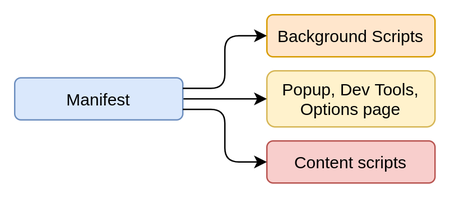
Above: dist/images/architecture.png in jeremyriverain/mv3-slides (draw.io), before the change. Source tidied: cells renumbered, new cells last; positions are measured from the earlier drawing's top-left corner, leaving out a move shared by most shapes.
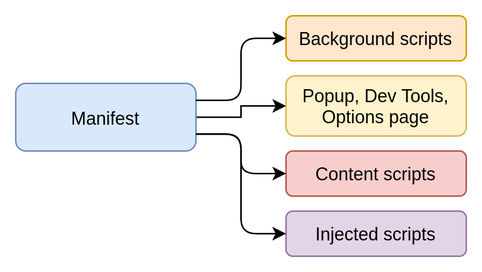
Later version of the same file.

The edit, as a diff of the source:
```diff
@@ -2,7 +2,7 @@
   <root>
     <mxCell id="0" />
     <mxCell id="1" parent="0" />
-    <mxCell id="2" value="Background Scripts" style="rounded=1;whiteSpace=wrap;html=1;fillColor=#ffe6cc;strokeColor=#d79b00;" parent="1" vertex="1">
+    <mxCell id="2" value="Background scripts" style="rounded=1;whiteSpace=wrap;html=1;fillColor=#ffe6cc;strokeColor=#d79b00;" parent="1" vertex="1">
       <mxGeometry x="180" width="120" height="30" as="geometry" />
     </mxCell>
     <mxCell id="3" value="Popup, Dev Tools, Options page" style="rounded=1;whiteSpace=wrap;html=1;fillColor=#fff2cc;strokeColor=#d6b656;" parent="1" vertex="1">
@@ -15,7 +15,7 @@
       <mxGeometry relative="1" as="geometry" />
     </mxCell>
     <mxCell id="6" value="Manifest" style="rounded=1;whiteSpace=wrap;html=1;fillColor=#dae8fc;strokeColor=#6c8ebf;" parent="1" vertex="1">
-      <mxGeometry y="45" width="120" height="30" as="geometry" />
+      <mxGeometry y="45" width="120" height="45" as="geometry" />
     </mxCell>
     <mxCell id="7" style="edgeStyle=elbowEdgeStyle;elbow=horizontal;endArrow=classic;html=1;entryX=0;entryY=0.5;entryDx=0;entryDy=0;exitX=1;exitY=0.25;exitDx=0;exitDy=0;" parent="1" edge="1" source="6" target="2">
       <mxGeometry relative="1" as="geometry" />
@@ -23,5 +23,11 @@
     <mxCell id="8" style="edgeStyle=elbowEdgeStyle;elbow=horizontal;endArrow=classic;html=1;entryX=0;entryY=0.5;entryDx=0;entryDy=0;exitX=1;exitY=0.75;exitDx=0;exitDy=0;" parent="1" edge="1" source="6" target="4">
       <mxGeometry relative="1" as="geometry" />
     </mxCell>
+    <mxCell id="9" value="Injected scripts" style="rounded=1;whiteSpace=wrap;html=1;fillColor=#e1d5e7;strokeColor=#9673a6;" parent="1" vertex="1">
+      <mxGeometry x="180" y="130" width="120" height="30" as="geometry" />
+    </mxCell>
+    <mxCell id="10" style="edgeStyle=elbowEdgeStyle;elbow=horizontal;endArrow=classic;html=1;entryX=0;entryY=0.5;entryDx=0;entryDy=0;exitX=1;exitY=0.75;exitDx=0;exitDy=0;" parent="1" edge="1" source="6" target="9">
+      <mxGeometry relative="1" as="geometry" />
+    </mxCell>
   </root>
 </mxGraphModel>
```
